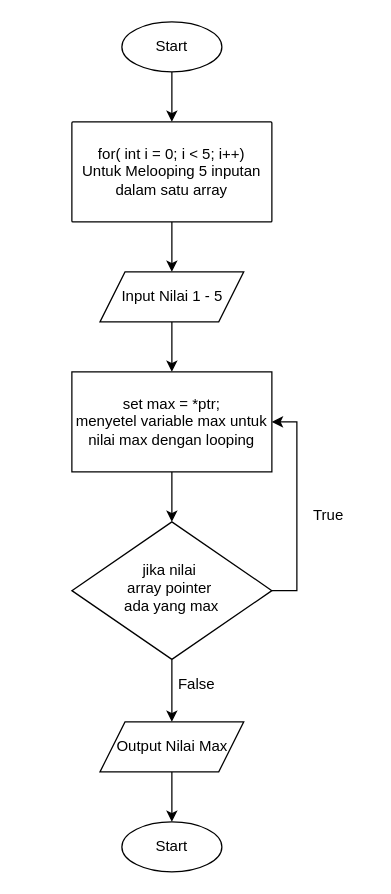
Before: Diagram Tanpa Judul.drawio in wildboy1/kuliah, a draw.io diagram. Source tidied: cells renumbered, new cells numbered last; positions are measured from the earlier drawing's top-left corner, leaving out a move shared by most shapes. Both pictures are drawn from the tidied source at 125%, with x=0, y=0 at pixel (71, 21).
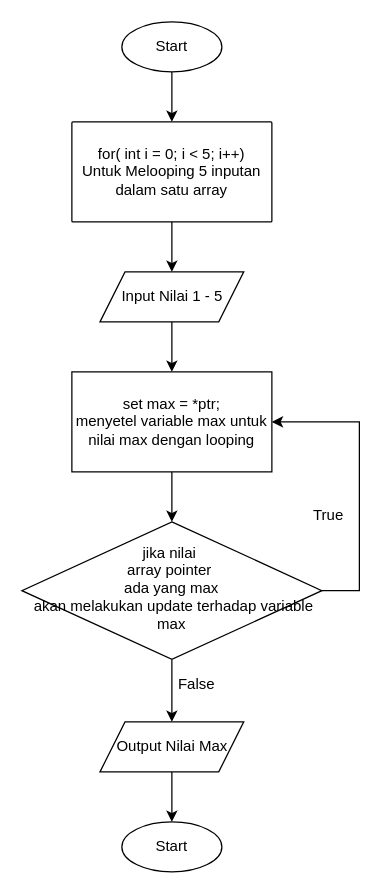
The same page after the edit.

The edit, as a diff of the source:
```diff
@@
 <mxGraphModel>
   <root>
     <mxCell id="0" />
     <mxCell id="1" parent="0" />
     <mxCell id="2" style="edgeStyle=orthogonalEdgeStyle;rounded=0;jettySize=auto;html=1;" parent="1" edge="1" source="3" target="12">
       <mxGeometry relative="1" as="geometry" />
     </mxCell>
     <mxCell id="3" value="Start" style="ellipse;whiteSpace=wrap;html=1;" parent="1" vertex="1">
       <mxGeometry x="40" width="80" height="40" as="geometry" />
     </mxCell>
     <mxCell id="4" style="edgeStyle=orthogonalEdgeStyle;rounded=0;jettySize=auto;html=1;" parent="1" edge="1" source="5" target="7">
       <mxGeometry relative="1" as="geometry" />
     </mxCell>
     <mxCell id="5" value="&lt;div&gt;Input Nilai 1 - 5&lt;/div&gt;" style="shape=parallelogram;perimeter=parallelogramPerimeter;whiteSpace=wrap;html=1;fixedSize=1;" parent="1" vertex="1">
       <mxGeometry x="22.5" y="200" width="115" height="40" as="geometry" />
     </mxCell>
     <mxCell id="6" style="edgeStyle=orthogonalEdgeStyle;rounded=0;jettySize=auto;html=1;entryX=0.5;entryY=0;entryDx=0;entryDy=0;" parent="1" edge="1" source="7" target="10">
       <mxGeometry relative="1" as="geometry" />
     </mxCell>
     <mxCell id="7" value="&lt;div&gt;set max = *ptr;&lt;/div&gt;&lt;div&gt;menyetel variable max untuk nilai max dengan looping&lt;br&gt;&lt;/div&gt;" style="rounded=1;whiteSpace=wrap;html=1;fontSize=12;glass=0;strokeWidth=1;shadow=0;arcSize=0;" parent="1" vertex="1">
       <mxGeometry y="280" width="160" height="80" as="geometry" />
     </mxCell>
     <mxCell id="8" style="edgeStyle=orthogonalEdgeStyle;rounded=0;jettySize=auto;html=1;entryX=1;entryY=0.5;entryDx=0;entryDy=0;" parent="1" edge="1" source="10" target="7">
       <mxGeometry relative="1" as="geometry">
         <Array as="points">
-          <mxPoint x="180" y="455" />
-          <mxPoint x="180" y="320" />
+          <mxPoint x="230" y="455" />
+          <mxPoint x="230" y="320" />
         </Array>
       </mxGeometry>
     </mxCell>
     <mxCell id="9" style="edgeStyle=orthogonalEdgeStyle;rounded=0;jettySize=auto;html=1;" parent="1" edge="1" source="10" target="15">
       <mxGeometry relative="1" as="geometry" />
     </mxCell>
-    <mxCell id="10" value="&lt;div&gt;jika nilai&amp;nbsp;&lt;/div&gt;&lt;div&gt;array pointer&amp;nbsp;&lt;/div&gt;&lt;div&gt;ada yang max &lt;/div&gt;" style="rhombus;whiteSpace=wrap;html=1;shadow=0;fontFamily=Helvetica;fontSize=12;align=center;strokeWidth=1;spacing=6;spacingTop=-4;" parent="1" vertex="1">
-      <mxGeometry y="400" width="160" height="110" as="geometry" />
+    <mxCell id="10" value="&lt;div&gt;jika nilai&amp;nbsp;&lt;/div&gt;&lt;div&gt;array pointer&amp;nbsp;&lt;/div&gt;&lt;div&gt;ada yang max &lt;/div&gt;&amp;nbsp;akan melakukan update terhadap variable max" style="rhombus;whiteSpace=wrap;html=1;shadow=0;fontFamily=Helvetica;fontSize=12;align=center;strokeWidth=1;spacing=6;spacingTop=-4;" parent="1" vertex="1">
+      <mxGeometry x="-40" y="400" width="240" height="110" as="geometry" />
     </mxCell>
     <mxCell id="11" style="edgeStyle=orthogonalEdgeStyle;rounded=0;jettySize=auto;html=1;entryX=0.5;entryY=0;entryDx=0;entryDy=0;" parent="1" edge="1" source="12" target="5">
       <mxGeometry relative="1" as="geometry" />
     </mxCell>
     <mxCell id="12" value="&lt;div&gt;for( int i = 0; i &amp;lt; 5; i++)&lt;/div&gt;&lt;div&gt;Untuk Melooping 5 inputan dalam satu array&lt;br&gt;&lt;/div&gt;" style="rounded=1;whiteSpace=wrap;html=1;arcSize=1;" parent="1" vertex="1">
       <mxGeometry y="80" width="160" height="80" as="geometry" />
     </mxCell>
     <mxCell id="13" value="True" style="text;html=1;align=center;verticalAlign=middle;strokeColor=none;fillColor=none;" parent="1" vertex="1">
       <mxGeometry x="180" y="380" width="50" height="30" as="geometry" />
     </mxCell>
     <mxCell id="14" style="edgeStyle=orthogonalEdgeStyle;rounded=0;jettySize=auto;html=1;" parent="1" edge="1" source="15" target="17">
       <mxGeometry relative="1" as="geometry" />
     </mxCell>
     <mxCell id="15" value="Output Nilai Max" style="shape=parallelogram;perimeter=parallelogramPerimeter;whiteSpace=wrap;html=1;fixedSize=1;" parent="1" vertex="1">
       <mxGeometry x="22.5" y="560" width="115" height="40" as="geometry" />
     </mxCell>
     <mxCell id="16" value="False" style="text;html=1;align=center;verticalAlign=middle;whiteSpace=wrap;rounded=0;" parent="1" vertex="1">
       <mxGeometry x="70" y="515" width="60" height="30" as="geometry" />
     </mxCell>
     <mxCell id="17" value="Start" style="ellipse;whiteSpace=wrap;html=1;" parent="1" vertex="1">
       <mxGeometry x="40" y="640" width="80" height="40" as="geometry" />
     </mxCell>
   </root>
 </mxGraphModel>
```
